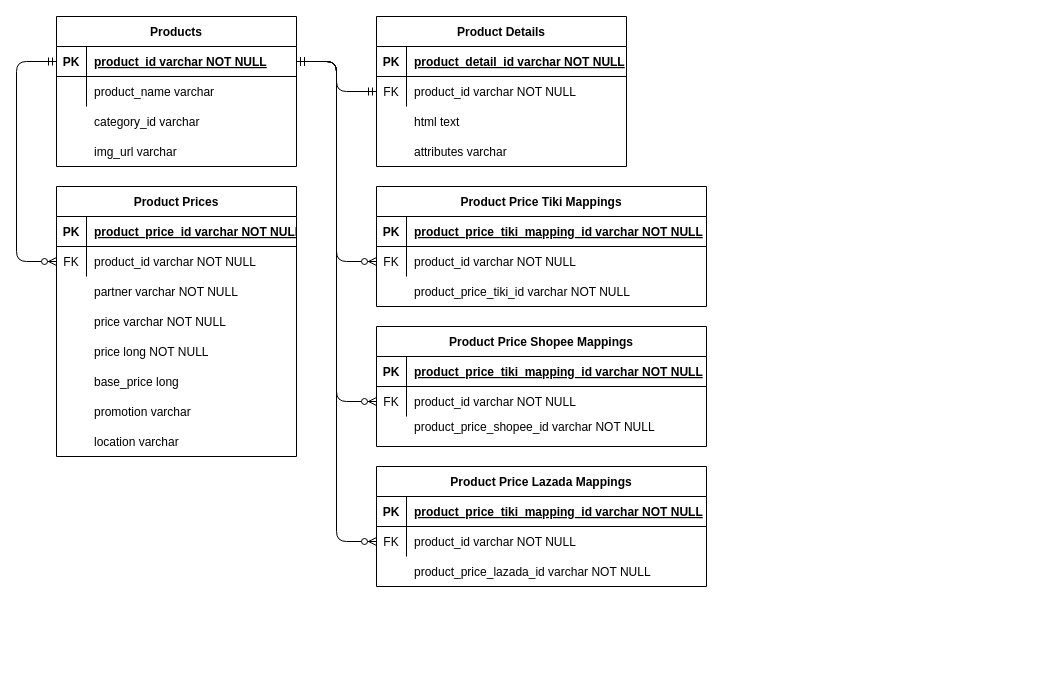
Above: NAB-ERD.drawio in nightlonely7/NAB-my-dream-job (draw.io), before the change. Source tidied: cells renumbered, new cells numbered last; positions are measured from the earlier drawing's top-left corner, leaving out a move shared by most shapes. Both pictures are drawn from the tidied source at 100%, with x=0, y=0 at pixel (16, 16).
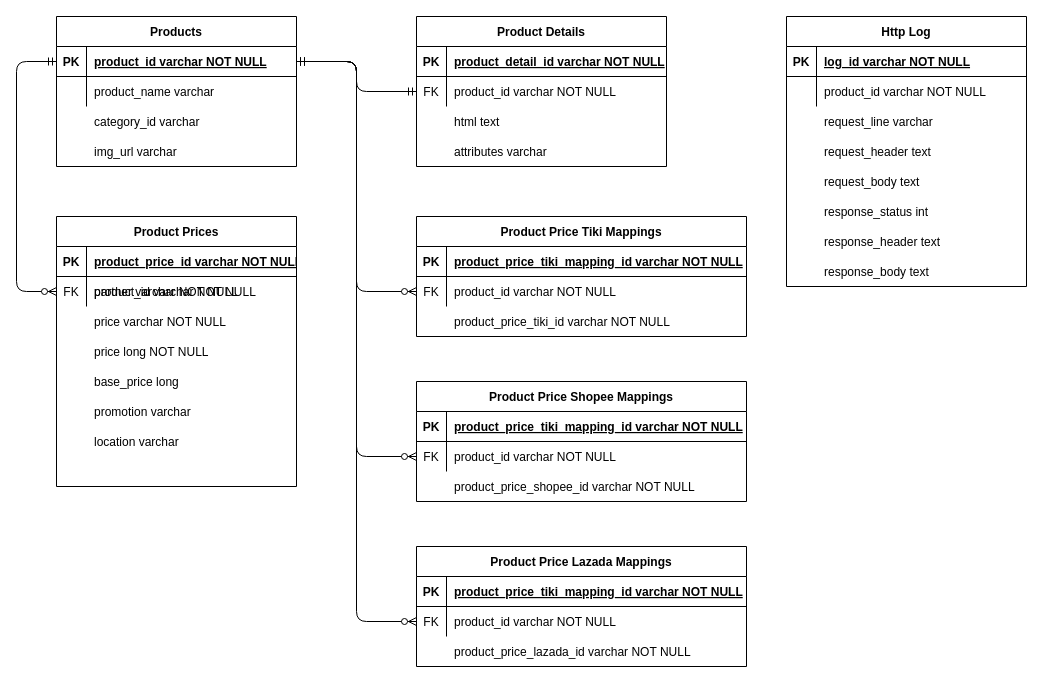
Above is the later version.

The change refers to these unchanged cells:
```xml
<mxCell id="3" style="shape=partialRectangle;fillColor=none;points=[[0,0.5],[1,0.5]];portConstraint=eastwest;top=0;left=0;right=0;bottom=1;" parent="2" vertex="1">
  <mxGeometry y="30" width="240" height="30" as="geometry" />
</mxCell>
<mxCell id="24" style="shape=partialRectangle;fillColor=none;points=[[0,0.5],[1,0.5]];portConstraint=eastwest;top=0;left=0;right=0;bottom=0;" parent="20" vertex="1">
  <mxGeometry y="60" width="240" height="30" as="geometry" />
</mxCell>
```

What changed in the source:
```diff
@@
     <mxCell id="11" value="Product Details" style="shape=table;startSize=30;childLayout=tableLayout;rowLines=0;fontStyle=1;align=center;" parent="1" vertex="1">
-      <mxGeometry x="360" width="250" height="150" as="geometry" />
+      <mxGeometry x="400" width="250" height="150" as="geometry" />
     </mxCell>
@@
     <mxCell id="18" value="attributes varchar" style="shape=partialRectangle;overflow=hidden;fillColor=none;top=0;left=0;bottom=0;right=0;align=left;spacingLeft=6;" parent="1" vertex="1">
-      <mxGeometry x="390" y="120" width="220" height="30" as="geometry" />
+      <mxGeometry x="430" y="120" width="220" height="30" as="geometry" />
     </mxCell>
@@
     <mxCell id="20" value="Product Prices" style="shape=table;startSize=30;childLayout=tableLayout;rowLines=0;fontStyle=1;align=center;" parent="1" vertex="1">
-      <mxGeometry x="40" y="170" width="240" height="270" as="geometry" />
+      <mxGeometry x="40" y="200" width="240" height="270" as="geometry" />
     </mxCell>
@@
     <mxCell id="33" value="product_id varchar NOT NULL" style="shape=partialRectangle;overflow=hidden;fillColor=none;top=0;left=0;bottom=0;right=0;align=left;spacingLeft=6;" parent="1" vertex="1">
-      <mxGeometry x="390" y="60" width="220" height="30" as="geometry" />
+      <mxGeometry x="430" y="60" width="220" height="30" as="geometry" />
     </mxCell>
     <mxCell id="34" value="html text" style="shape=partialRectangle;overflow=hidden;fillColor=none;top=0;left=0;bottom=0;right=0;align=left;spacingLeft=6;" parent="1" vertex="1">
-      <mxGeometry x="390" y="90" width="220" height="30" as="geometry" />
+      <mxGeometry x="430" y="90" width="220" height="30" as="geometry" />
     </mxCell>
     <mxCell id="35" style="fontSize=12;html=1;endArrow=ERzeroToMany;startArrow=ERmandOne;entryX=0;entryY=0.5;entryDx=0;entryDy=0;exitX=0;exitY=0.5;exitDx=0;exitDy=0;edgeStyle=orthogonalEdgeStyle;" parent="1" edge="1" source="3" target="24">
       <mxGeometry relative="1" as="geometry">
         <Array as="points">
           <mxPoint y="45" />
-          <mxPoint y="245" />
+          <mxPoint y="275" />
         </Array>
       </mxGeometry>
     </mxCell>
     <mxCell id="36" value="Product Price Tiki Mappings" style="shape=table;startSize=30;childLayout=tableLayout;rowLines=0;fontStyle=1;align=center;" parent="1" vertex="1">
-      <mxGeometry x="360" y="170" width="330" height="120" as="geometry" />
+      <mxGeometry x="400" y="200" width="330" height="120" as="geometry" />
     </mxCell>
@@
     <mxCell id="43" value="product_price_tiki_id varchar NOT NULL" style="shape=partialRectangle;overflow=hidden;fillColor=none;top=0;left=0;bottom=0;right=0;align=left;spacingLeft=6;" parent="1" vertex="1">
-      <mxGeometry x="390" y="260" width="300" height="30" as="geometry" />
+      <mxGeometry x="430" y="290" width="300" height="30" as="geometry" />
     </mxCell>
@@
     <mxCell id="45" value="Product Price Shopee Mappings" style="shape=table;startSize=30;childLayout=tableLayout;rowLines=0;fontStyle=1;align=center;" parent="1" vertex="1">
-      <mxGeometry x="360" y="310" width="330" height="120" as="geometry" />
+      <mxGeometry x="400" y="365" width="330" height="120" as="geometry" />
     </mxCell>
@@
     <mxCell id="52" value="Product Price Lazada Mappings" style="shape=table;startSize=30;childLayout=tableLayout;rowLines=0;fontStyle=1;align=center;" parent="1" vertex="1">
-      <mxGeometry x="360" y="450" width="330" height="120" as="geometry" />
+      <mxGeometry x="400" y="530" width="330" height="120" as="geometry" />
     </mxCell>
@@
     <mxCell id="61" value="product_price_shopee_id varchar NOT NULL" style="shape=partialRectangle;overflow=hidden;fillColor=none;top=0;left=0;bottom=0;right=0;align=left;spacingLeft=6;" parent="1" vertex="1">
-      <mxGeometry x="390" y="395" width="300" height="30" as="geometry" />
+      <mxGeometry x="430" y="455" width="300" height="30" as="geometry" />
     </mxCell>
     <mxCell id="62" value="product_price_lazada_id varchar NOT NULL" style="shape=partialRectangle;overflow=hidden;fillColor=none;top=0;left=0;bottom=0;right=0;align=left;spacingLeft=6;" parent="1" vertex="1">
-      <mxGeometry x="390" y="540" width="300" height="30" as="geometry" />
+      <mxGeometry x="430" y="620" width="300" height="30" as="geometry" />
     </mxCell>
+    <mxCell id="63" value="Http Log" style="shape=table;startSize=30;childLayout=tableLayout;rowLines=0;fontStyle=1;align=center;" parent="1" vertex="1">
+      <mxGeometry x="770" width="240" height="270" as="geometry" />
+    </mxCell>
+    <mxCell id="64" style="shape=partialRectangle;fillColor=none;top=0;left=0;right=0;bottom=1;" parent="63" vertex="1">
+      <mxGeometry y="30" width="240" height="30" as="geometry" />
+    </mxCell>
+    <mxCell id="65" value="PK" style="shape=partialRectangle;overflow=hidden;fillColor=none;top=0;left=0;bottom=0;right=0;fontStyle=1;" parent="64" vertex="1">
+      <mxGeometry width="30" height="30" as="geometry" />
+    </mxCell>
+    <mxCell id="66" value="log_id varchar NOT NULL " style="shape=partialRectangle;overflow=hidden;fillColor=none;top=0;left=0;bottom=0;right=0;align=left;spacingLeft=6;fontStyle=5;" parent="64" vertex="1">
+      <mxGeometry x="30" width="210" height="30" as="geometry" />
+    </mxCell>
+    <mxCell id="67" style="shape=partialRectangle;fillColor=none;top=0;left=0;right=0;bottom=0;" parent="63" vertex="1">
+      <mxGeometry y="60" width="240" height="30" as="geometry" />
+    </mxCell>
+    <mxCell id="68" style="shape=partialRectangle;overflow=hidden;fillColor=none;top=0;left=0;bottom=0;right=0;" parent="67" vertex="1">
+      <mxGeometry width="30" height="30" as="geometry" />
+    </mxCell>
+    <mxCell id="69" value="product_id varchar NOT NULL" style="shape=partialRectangle;overflow=hidden;fillColor=none;top=0;left=0;bottom=0;right=0;align=left;spacingLeft=6;" parent="67" vertex="1">
+      <mxGeometry x="30" width="210" height="30" as="geometry" />
+    </mxCell>
+    <mxCell id="70" value="request_line varchar" style="shape=partialRectangle;overflow=hidden;fillColor=none;top=0;left=0;bottom=0;right=0;align=left;spacingLeft=6;" parent="1" vertex="1">
+      <mxGeometry x="800" y="90" width="210" height="30" as="geometry" />
+    </mxCell>
+    <mxCell id="71" value="request_body text" style="shape=partialRectangle;overflow=hidden;fillColor=none;top=0;left=0;bottom=0;right=0;align=left;spacingLeft=6;" parent="1" vertex="1">
+      <mxGeometry x="800" y="150" width="210" height="30" as="geometry" />
+    </mxCell>
+    <mxCell id="72" value="response_body text" style="shape=partialRectangle;overflow=hidden;fillColor=none;top=0;left=0;bottom=0;right=0;align=left;spacingLeft=6;" parent="1" vertex="1">
+      <mxGeometry x="800" y="240" width="210" height="30" as="geometry" />
+    </mxCell>
+    <mxCell id="73" value="response_status int" style="shape=partialRectangle;overflow=hidden;fillColor=none;top=0;left=0;bottom=0;right=0;align=left;spacingLeft=6;" parent="1" vertex="1">
+      <mxGeometry x="800" y="180" width="210" height="30" as="geometry" />
+    </mxCell>
+    <mxCell id="74" value="request_header text" style="shape=partialRectangle;overflow=hidden;fillColor=none;top=0;left=0;bottom=0;right=0;align=left;spacingLeft=6;" parent="1" vertex="1">
+      <mxGeometry x="800" y="120" width="210" height="30" as="geometry" />
+    </mxCell>
+    <mxCell id="75" value="response_header text" style="shape=partialRectangle;overflow=hidden;fillColor=none;top=0;left=0;bottom=0;right=0;align=left;spacingLeft=6;" parent="1" vertex="1">
+      <mxGeometry x="800" y="210" width="210" height="30" as="geometry" />
+    </mxCell>
```
